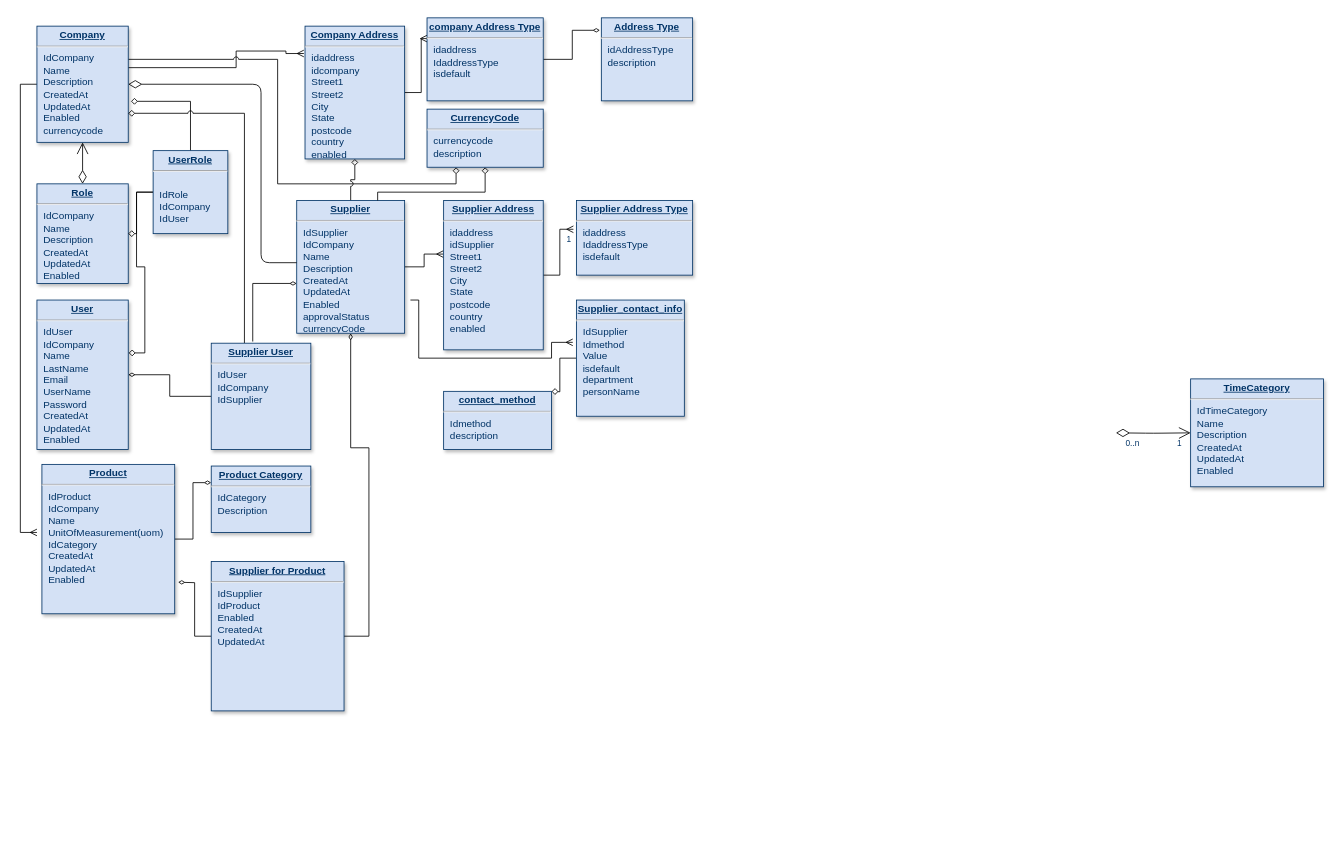
Above: Reverse Auction.drawio in hemdho/react (draw.io), before the change. Source tidied: cells renumbered, new cells numbered last; positions are measured from the earlier drawing's top-left corner, leaving out a move shared by most shapes. Both pictures are drawn from the tidied source at 83%, with x=0, y=0 at pixel (20, 17).
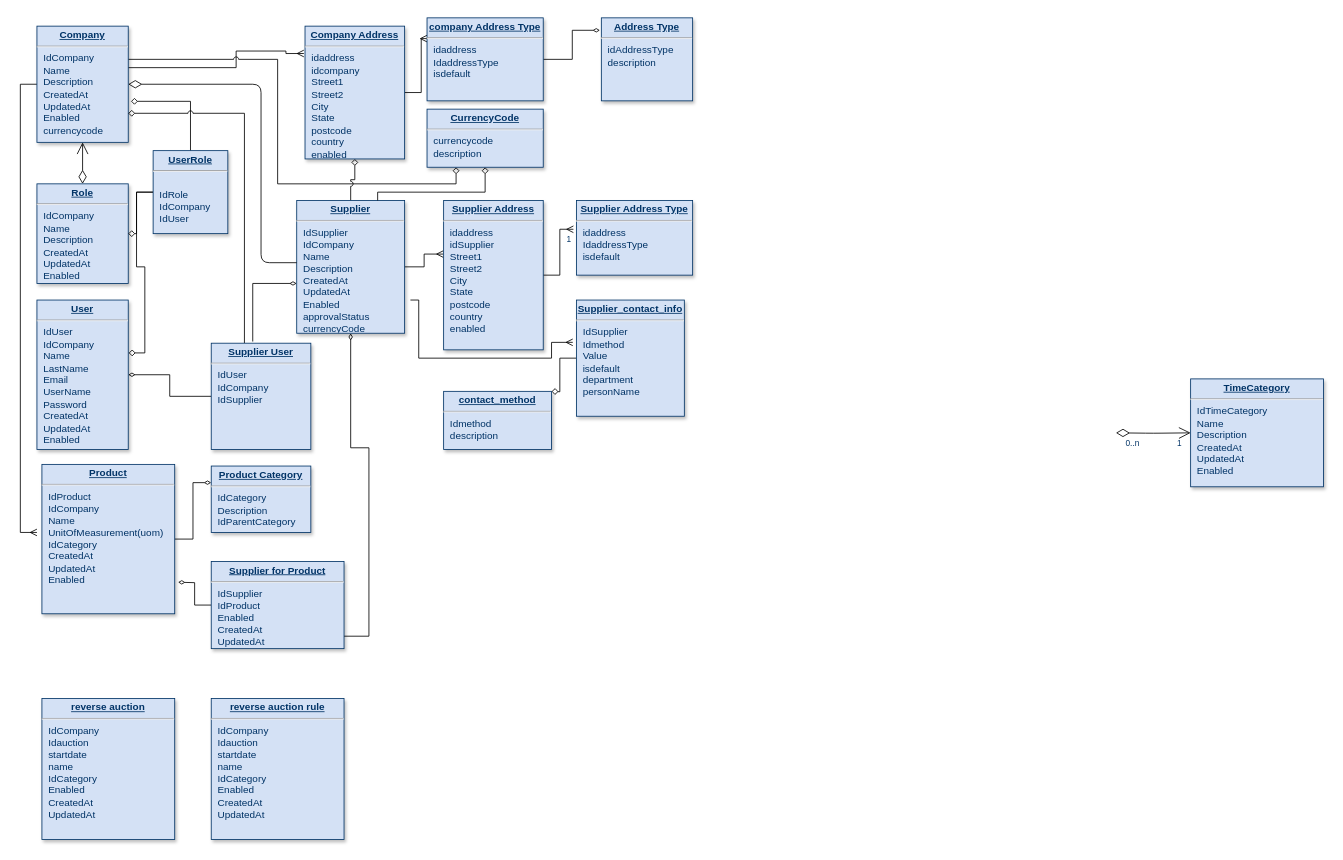
After the change.

What changed in the source:
```diff
@@
-    <mxCell id="42" value="&lt;p style=&quot;margin: 0px ; margin-top: 4px ; text-align: center ; text-decoration: underline&quot;&gt;&lt;b&gt;Product Category&lt;/b&gt;&lt;/p&gt;&lt;hr&gt;&lt;p style=&quot;margin: 0px ; margin-left: 8px&quot;&gt;IdCategory&lt;/p&gt;&lt;p style=&quot;margin: 0px ; margin-left: 8px&quot;&gt;Description&lt;/p&gt;" style="verticalAlign=top;align=left;overflow=fill;fontSize=12;fontFamily=Helvetica;html=1;strokeColor=#003366;shadow=1;fillColor=#D4E1F5;fontColor=#003366;" parent="1" vertex="1">
+    <mxCell id="42" value="&lt;p style=&quot;margin: 0px ; margin-top: 4px ; text-align: center ; text-decoration: underline&quot;&gt;&lt;b&gt;Product Category&lt;/b&gt;&lt;/p&gt;&lt;hr&gt;&lt;p style=&quot;margin: 0px ; margin-left: 8px&quot;&gt;IdCategory&lt;/p&gt;&lt;p style=&quot;margin: 0px ; margin-left: 8px&quot;&gt;Description&lt;/p&gt;&lt;p style=&quot;margin: 0px ; margin-left: 8px&quot;&gt;IdParentCategory&lt;/p&gt;" style="verticalAlign=top;align=left;overflow=fill;fontSize=12;fontFamily=Helvetica;html=1;strokeColor=#003366;shadow=1;fillColor=#D4E1F5;fontColor=#003366;" parent="1" vertex="1">
       <mxGeometry x="230" y="540" width="120" height="80" as="geometry" />
     </mxCell>
@@
     <mxCell id="45" value="&lt;p style=&quot;margin: 0px ; margin-top: 4px ; text-align: center ; text-decoration: underline&quot;&gt;&lt;strong&gt;Supplier for Product&lt;/strong&gt;&lt;/p&gt;&lt;hr&gt;&lt;p style=&quot;margin: 0px ; margin-left: 8px&quot;&gt;IdSupplier&lt;/p&gt;&lt;p style=&quot;margin: 0px ; margin-left: 8px&quot;&gt;&lt;span&gt;IdProduct&lt;/span&gt;&lt;br&gt;&lt;/p&gt;&lt;p style=&quot;margin: 0px ; margin-left: 8px&quot;&gt;&lt;span&gt;Enabled&lt;/span&gt;&lt;br&gt;&lt;/p&gt;&lt;p style=&quot;margin: 0px 0px 0px 8px&quot;&gt;CreatedAt&lt;br&gt;&lt;/p&gt;&lt;p style=&quot;margin: 0px 0px 0px 8px&quot;&gt;UpdatedAt&lt;/p&gt;&lt;div&gt;&lt;br&gt;&lt;/div&gt;" style="verticalAlign=top;align=left;overflow=fill;fontSize=12;fontFamily=Helvetica;html=1;strokeColor=#003366;shadow=1;fillColor=#D4E1F5;fontColor=#003366;" parent="1" vertex="1">
-      <mxGeometry x="230" y="655" width="160" height="180" as="geometry" />
+      <mxGeometry x="230" y="655" width="160" height="105" as="geometry" />
     </mxCell>
+    <mxCell id="46" value="&lt;p style=&quot;margin: 0px ; margin-top: 4px ; text-align: center ; text-decoration: underline&quot;&gt;&lt;b&gt;reverse auction&lt;/b&gt;&lt;/p&gt;&lt;hr&gt;&lt;p style=&quot;margin: 0px ; margin-left: 8px&quot;&gt;&lt;span&gt;IdCompany&lt;/span&gt;&lt;/p&gt;&lt;p style=&quot;margin: 0px ; margin-left: 8px&quot;&gt;&lt;span&gt;Idauction&lt;/span&gt;&lt;br&gt;&lt;/p&gt;&lt;p style=&quot;margin: 0px ; margin-left: 8px&quot;&gt;&lt;span&gt;startdate&lt;/span&gt;&lt;/p&gt;&lt;p style=&quot;margin: 0px ; margin-left: 8px&quot;&gt;&lt;span&gt;name&lt;/span&gt;&lt;/p&gt;&lt;p style=&quot;margin: 0px ; margin-left: 8px&quot;&gt;&lt;span&gt;IdCategory&lt;/span&gt;&lt;/p&gt;&lt;p style=&quot;margin: 0px ; margin-left: 8px&quot;&gt;&lt;span&gt;Enabled&lt;/span&gt;&lt;br&gt;&lt;/p&gt;&lt;p style=&quot;margin: 0px 0px 0px 8px&quot;&gt;CreatedAt&lt;br&gt;&lt;/p&gt;&lt;p style=&quot;margin: 0px 0px 0px 8px&quot;&gt;UpdatedAt&lt;/p&gt;&lt;div&gt;&lt;br&gt;&lt;/div&gt;" style="verticalAlign=top;align=left;overflow=fill;fontSize=12;fontFamily=Helvetica;html=1;strokeColor=#003366;shadow=1;fillColor=#D4E1F5;fontColor=#003366;" parent="1" vertex="1">
+      <mxGeometry x="26" y="820" width="160" height="170" as="geometry" />
+    </mxCell>
+    <mxCell id="47" value="&lt;p style=&quot;margin: 0px ; margin-top: 4px ; text-align: center ; text-decoration: underline&quot;&gt;&lt;b&gt;reverse auction rule&lt;/b&gt;&lt;/p&gt;&lt;hr&gt;&lt;p style=&quot;margin: 0px ; margin-left: 8px&quot;&gt;&lt;span&gt;IdCompany&lt;/span&gt;&lt;/p&gt;&lt;p style=&quot;margin: 0px ; margin-left: 8px&quot;&gt;&lt;span&gt;Idauction&lt;/span&gt;&lt;br&gt;&lt;/p&gt;&lt;p style=&quot;margin: 0px ; margin-left: 8px&quot;&gt;&lt;span&gt;startdate&lt;/span&gt;&lt;/p&gt;&lt;p style=&quot;margin: 0px ; margin-left: 8px&quot;&gt;&lt;span&gt;name&lt;/span&gt;&lt;/p&gt;&lt;p style=&quot;margin: 0px ; margin-left: 8px&quot;&gt;&lt;span&gt;IdCategory&lt;/span&gt;&lt;/p&gt;&lt;p style=&quot;margin: 0px ; margin-left: 8px&quot;&gt;&lt;span&gt;Enabled&lt;/span&gt;&lt;br&gt;&lt;/p&gt;&lt;p style=&quot;margin: 0px 0px 0px 8px&quot;&gt;CreatedAt&lt;br&gt;&lt;/p&gt;&lt;p style=&quot;margin: 0px 0px 0px 8px&quot;&gt;UpdatedAt&lt;/p&gt;&lt;div&gt;&lt;br&gt;&lt;/div&gt;" style="verticalAlign=top;align=left;overflow=fill;fontSize=12;fontFamily=Helvetica;html=1;strokeColor=#003366;shadow=1;fillColor=#D4E1F5;fontColor=#003366;" parent="1" vertex="1">
+      <mxGeometry x="230" y="820" width="160" height="170" as="geometry" />
+    </mxCell>
```
